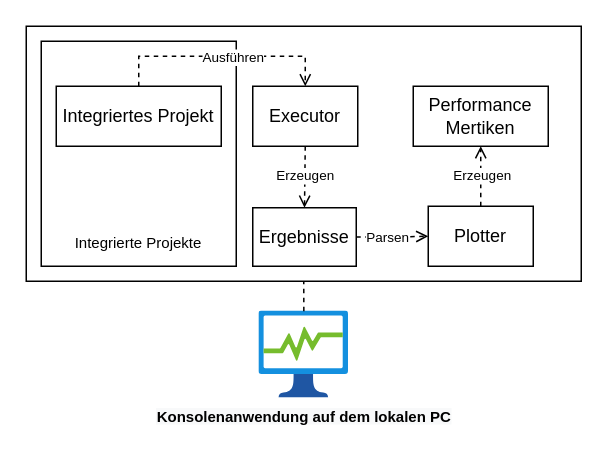
This is drawio/Arc - old.drawio from JadKHaddad/Openfaas-Performance-Testing-as-a-Service, a draw.io file, before an edit. Source tidied: cells renumbered, new cells numbered last; positions are measured from the earlier drawing's top-left corner, leaving out a move shared by most shapes. Both pictures are drawn from the tidied source at 150%, with x=0, y=0 at pixel (26, 26).
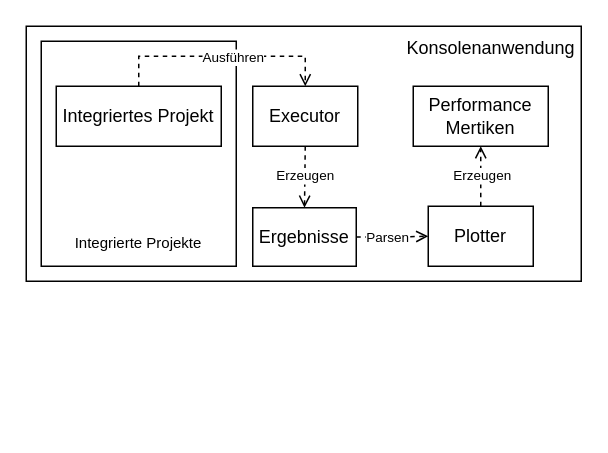
After the change.

The change refers to these unchanged cells:
```xml
<mxCell id="2" style="rounded=0;whiteSpace=wrap;html=1;fillColor=none;" parent="1" vertex="1">
  <mxGeometry width="370" height="170" as="geometry" />
</mxCell>
```

What changed in the source:
```diff
@@
-    <mxCell id="3" value="&lt;b style=&quot;font-size: 10px; background-color: rgb(248, 249, 250);&quot;&gt;Konsolenanwendung auf dem lokalen PC&lt;/b&gt;" style="html=1;points=[];align=center;image;fontSize=10;image=img/lib/azure2/general/Process_Explorer.svg;fontStyle=1;" parent="1" vertex="1">
-      <mxGeometry x="155.3" y="190" width="59.7" height="58" as="geometry" />
-    </mxCell>
@@
-    <mxCell id="19" style="endArrow=none;dashed=1;html=1;rounded=0;fontSize=10;entryX=0.5;entryY=1;entryDx=0;entryDy=0;" parent="1" edge="1" source="3" target="2">
-      <mxGeometry relative="1" as="geometry" />
-    </mxCell>
+    <mxCell id="20" value="Konsolenanwendung" style="text;html=1;strokeColor=none;fillColor=none;align=center;verticalAlign=middle;whiteSpace=wrap;rounded=0;" parent="1" vertex="1">
+      <mxGeometry x="250" width="120" height="30" as="geometry" />
+    </mxCell>
```
